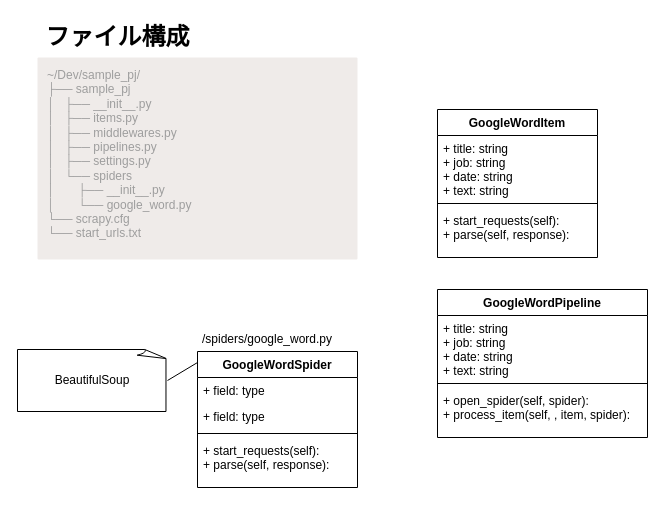
Above: page "ファイル構成" (2 of 4) of LocalMonitor.drawio in kaoru387/draw.io (draw.io), before the change. Source tidied: cells renumbered, new cells numbered last; positions are measured from the earlier drawing's top-left corner, leaving out a move shared by most shapes. Both pictures are drawn from the tidied source at 100%, with x=0, y=0 at pixel (17, 17).
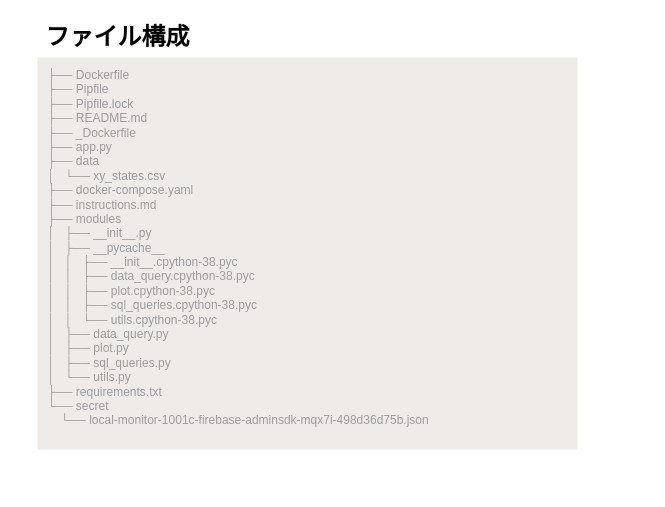
The same diagram, later.

What changed in the source:
```diff
@@
 <mxGraphModel>
   <root>
     <mxCell id="0" />
     <mxCell id="1" parent="0" />
-    <mxCell id="2" value="GoogleWordSpider" style="swimlane;fontStyle=1;align=center;verticalAlign=top;horizontal=1;startSize=26;" parent="1" vertex="1">
-      <mxGeometry x="180" y="334" width="160" height="136" as="geometry" />
-    </mxCell>
-    <mxCell id="3" value="+ field: type" style="text;strokeColor=none;fillColor=none;align=left;verticalAlign=top;spacingLeft=4;spacingRight=4;overflow=hidden;" parent="2" vertex="1">
-      <mxGeometry y="26" width="160" height="26" as="geometry" />
-    </mxCell>
-    <mxCell id="4" value="+ field: type" style="text;strokeColor=none;fillColor=none;align=left;verticalAlign=top;spacingLeft=4;spacingRight=4;overflow=hidden;" parent="2" vertex="1">
-      <mxGeometry y="52" width="160" height="26" as="geometry" />
-    </mxCell>
-    <mxCell id="5" style="line;strokeWidth=1;fillColor=none;align=left;verticalAlign=middle;spacingTop=-1;spacingLeft=3;spacingRight=3;labelPosition=right;" parent="2" vertex="1">
-      <mxGeometry y="78" width="160" height="8" as="geometry" />
-    </mxCell>
-    <mxCell id="6" value="+ start_requests(self): &#10;+ parse(self, response): " style="text;strokeColor=none;fillColor=none;align=left;verticalAlign=top;spacingLeft=4;spacingRight=4;overflow=hidden;" parent="2" vertex="1">
-      <mxGeometry y="86" width="160" height="50" as="geometry" />
-    </mxCell>
-    <mxCell id="7" value="&lt;div&gt;&lt;span&gt;~/Dev/sample_pj/&lt;/span&gt;&lt;br&gt;&lt;/div&gt;&lt;div&gt;├── sample_pj&lt;/div&gt;&lt;div&gt;│&amp;nbsp; &amp;nbsp;├── __init__.py&lt;/div&gt;&lt;div&gt;│&amp;nbsp; &amp;nbsp;├── items.py&lt;/div&gt;&lt;div&gt;│&amp;nbsp; &amp;nbsp;├── middlewares.py&lt;/div&gt;&lt;div&gt;│&amp;nbsp; &amp;nbsp;├── pipelines.py&lt;/div&gt;&lt;div&gt;│&amp;nbsp; &amp;nbsp;├── settings.py&lt;/div&gt;&lt;div&gt;│&amp;nbsp; &amp;nbsp;└── spiders&lt;/div&gt;&lt;div&gt;│&amp;nbsp; &amp;nbsp; &amp;nbsp; &amp;nbsp;├── __init__.py&lt;/div&gt;&lt;div&gt;│&amp;nbsp; &amp;nbsp; &amp;nbsp; &amp;nbsp;└── google_word.py&lt;/div&gt;&lt;div&gt;└── scrapy.cfg&lt;/div&gt;&lt;div&gt;└── start_urls.txt&lt;br&gt;&lt;/div&gt;" style="sketch=0;rounded=1;absoluteArcSize=1;arcSize=2;html=1;strokeColor=none;gradientColor=none;shadow=0;dashed=0;fontSize=12;fontColor=#9E9E9E;align=left;verticalAlign=top;spacing=10;spacingTop=-4;fillColor=#EFEBE9;" parent="1" vertex="1">
-      <mxGeometry x="20" y="40" width="320" height="202" as="geometry" />
+    <mxCell id="7" value="├── Dockerfile&#10;├── Pipfile&#10;├── Pipfile.lock&#10;├── README.md&#10;├── _Dockerfile&#10;├── app.py&#10;├── data&#10;│   └── xy_states.csv&#10;├── docker-compose.yaml&#10;├── instructions.md&#10;├── modules&#10;│   ├── __init__.py&#10;│   ├── __pycache__&#10;│   │   ├── __init__.cpython-38.pyc&#10;│   │   ├── data_query.cpython-38.pyc&#10;│   │   ├── plot.cpython-38.pyc&#10;│   │   ├── sql_queries.cpython-38.pyc&#10;│   │   └── utils.cpython-38.pyc&#10;│   ├── data_query.py&#10;│   ├── plot.py&#10;│   ├── sql_queries.py&#10;│   └── utils.py&#10;├── requirements.txt&#10;└── secret&#10;    └── local-monitor-1001c-firebase-adminsdk-mqx7i-498d36d75b.json" style="sketch=0;rounded=1;absoluteArcSize=1;arcSize=2;html=1;strokeColor=none;gradientColor=none;shadow=0;dashed=0;fontSize=12;fontColor=#9E9E9E;align=left;verticalAlign=top;spacing=10;spacingTop=-4;fillColor=#EFEBE9;" parent="1" vertex="1">
+      <mxGeometry x="20" y="40" width="540" height="392" as="geometry" />
     </mxCell>
-    <mxCell id="8" value="GoogleWordPipeline" style="swimlane;fontStyle=1;align=center;verticalAlign=top;horizontal=1;startSize=26;" parent="1" vertex="1">
-      <mxGeometry x="420" y="272" width="210" height="148" as="geometry" />
-    </mxCell>
-    <mxCell id="9" value="+ title: string&#10;+ job: string&#10;+ date: string&#10;+ text: string" style="text;strokeColor=none;fillColor=none;align=left;verticalAlign=top;spacingLeft=4;spacingRight=4;overflow=hidden;" parent="8" vertex="1">
-      <mxGeometry y="26" width="210" height="64" as="geometry" />
-    </mxCell>
-    <mxCell id="10" style="line;strokeWidth=1;fillColor=none;align=left;verticalAlign=middle;spacingTop=-1;spacingLeft=3;spacingRight=3;labelPosition=right;" parent="8" vertex="1">
-      <mxGeometry y="90" width="210" height="8" as="geometry" />
-    </mxCell>
-    <mxCell id="11" value="+ open_spider(self, spider): &#10;+ process_item(self, , item, spider): " style="text;strokeColor=none;fillColor=none;align=left;verticalAlign=top;spacingLeft=4;spacingRight=4;overflow=hidden;" parent="8" vertex="1">
-      <mxGeometry y="98" width="210" height="50" as="geometry" />
-    </mxCell>
-    <mxCell id="12" value="GoogleWordItem" style="swimlane;fontStyle=1;align=center;verticalAlign=top;horizontal=1;startSize=26;" parent="1" vertex="1">
-      <mxGeometry x="420" y="92" width="160" height="148" as="geometry" />
-    </mxCell>
-    <mxCell id="13" value="+ title: string&#10;+ job: string&#10;+ date: string&#10;+ text: string" style="text;strokeColor=none;fillColor=none;align=left;verticalAlign=top;spacingLeft=4;spacingRight=4;overflow=hidden;" parent="12" vertex="1">
-      <mxGeometry y="26" width="160" height="64" as="geometry" />
-    </mxCell>
-    <mxCell id="14" style="line;strokeWidth=1;fillColor=none;align=left;verticalAlign=middle;spacingTop=-1;spacingLeft=3;spacingRight=3;labelPosition=right;" parent="12" vertex="1">
-      <mxGeometry y="90" width="160" height="8" as="geometry" />
-    </mxCell>
-    <mxCell id="15" value="+ start_requests(self): &#10;+ parse(self, response): " style="text;strokeColor=none;fillColor=none;align=left;verticalAlign=top;spacingLeft=4;spacingRight=4;overflow=hidden;" parent="12" vertex="1">
-      <mxGeometry y="98" width="160" height="50" as="geometry" />
-    </mxCell>
     <mxCell id="16" value="ファイル構成" style="text;strokeColor=none;fillColor=none;html=1;fontSize=24;fontStyle=1;verticalAlign=middle;align=center;" parent="1" vertex="1">
       <mxGeometry x="20" width="160" height="40" as="geometry" />
     </mxCell>
-    <mxCell id="17" value="/spiders/google_word.py" style="text;html=1;strokeColor=none;fillColor=none;align=center;verticalAlign=middle;whiteSpace=wrap;overflow=hidden;" parent="1" vertex="1">
-      <mxGeometry x="180" y="312" width="140" height="20" as="geometry" />
-    </mxCell>
-    <mxCell id="18" value="BeautifulSoup" style="whiteSpace=wrap;html=1;shape=mxgraph.basic.document;" parent="1" vertex="1">
-      <mxGeometry y="332" width="150" height="62" as="geometry" />
-    </mxCell>
-    <mxCell id="19" style="endArrow=none;html=1;rounded=0;entryX=0;entryY=0.081;entryDx=0;entryDy=0;entryPerimeter=0;exitX=1;exitY=0.5;exitDx=0;exitDy=0;exitPerimeter=0;" parent="1" edge="1" source="18" target="2">
-      <mxGeometry relative="1" as="geometry" />
-    </mxCell>
   </root>
 </mxGraphModel>
```
